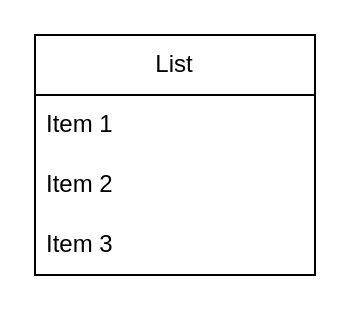
The draw.io diagram modelisation.drawio in bergam99/chauvet-2, before the edit. Source tidied: cells renumbered, new cells numbered last; positions are measured from the earlier drawing's top-left corner, leaving out a move shared by most shapes. Both pictures are drawn from the tidied source at 200%, with x=0, y=0 at pixel (34, 34).
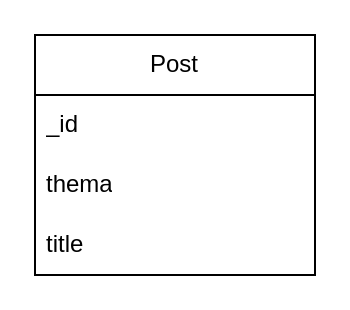
The same diagram, later.

Commit message (it also covers changes not shown here):
Mettre à jour modelisation.drawio

Diff of the diagram source:
```diff
@@
 <mxGraphModel>
   <root>
     <mxCell id="0" />
     <mxCell id="1" parent="0" />
-    <mxCell id="2" value="List" style="swimlane;fontStyle=0;horizontal=1;startSize=30;whiteSpace=wrap;html=1;" parent="1" vertex="1">
+    <mxCell id="2" value="Post" style="swimlane;fontStyle=0;horizontal=1;startSize=30;whiteSpace=wrap;html=1;" parent="1" vertex="1">
       <mxGeometry width="140" height="120" as="geometry" />
     </mxCell>
-    <mxCell id="3" value="Item 1" style="text;strokeColor=none;fillColor=none;align=left;verticalAlign=middle;spacingLeft=4;spacingRight=4;overflow=hidden;whiteSpace=wrap;html=1;" parent="2" vertex="1">
+    <mxCell id="3" value="_id" style="text;strokeColor=none;fillColor=none;align=left;verticalAlign=middle;spacingLeft=4;spacingRight=4;overflow=hidden;whiteSpace=wrap;html=1;" parent="2" vertex="1">
       <mxGeometry y="30" width="140" height="30" as="geometry" />
     </mxCell>
-    <mxCell id="4" value="Item 2" style="text;strokeColor=none;fillColor=none;align=left;verticalAlign=middle;spacingLeft=4;spacingRight=4;overflow=hidden;whiteSpace=wrap;html=1;" parent="2" vertex="1">
+    <mxCell id="4" value="thema" style="text;strokeColor=none;fillColor=none;align=left;verticalAlign=middle;spacingLeft=4;spacingRight=4;overflow=hidden;whiteSpace=wrap;html=1;" parent="2" vertex="1">
       <mxGeometry y="60" width="140" height="30" as="geometry" />
     </mxCell>
-    <mxCell id="5" value="Item 3" style="text;strokeColor=none;fillColor=none;align=left;verticalAlign=middle;spacingLeft=4;spacingRight=4;overflow=hidden;whiteSpace=wrap;html=1;" parent="2" vertex="1">
+    <mxCell id="5" value="title" style="text;strokeColor=none;fillColor=none;align=left;verticalAlign=middle;spacingLeft=4;spacingRight=4;overflow=hidden;whiteSpace=wrap;html=1;" parent="2" vertex="1">
       <mxGeometry y="90" width="140" height="30" as="geometry" />
     </mxCell>
   </root>
 </mxGraphModel>
```
